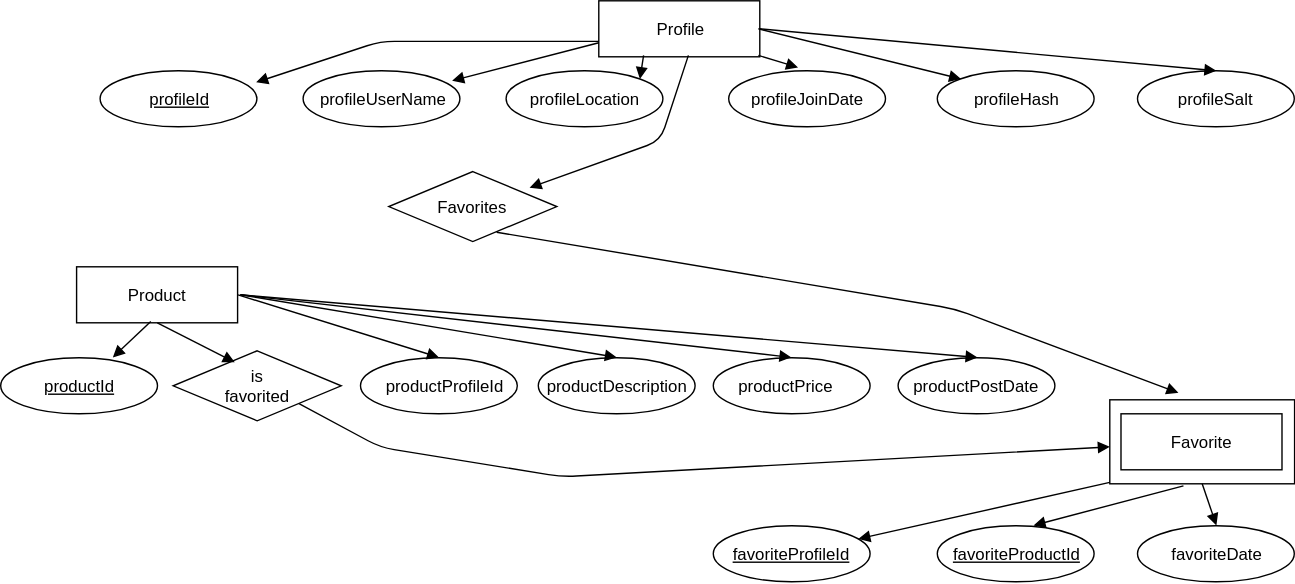
This is epic/img/erd.svg from littleloveprint/data-design, a draw.io export, as it was before one commit. Source tidied: cells renumbered, new cells last; positions are measured from the earlier drawing's top-left corner, leaving out a move shared by most shapes.
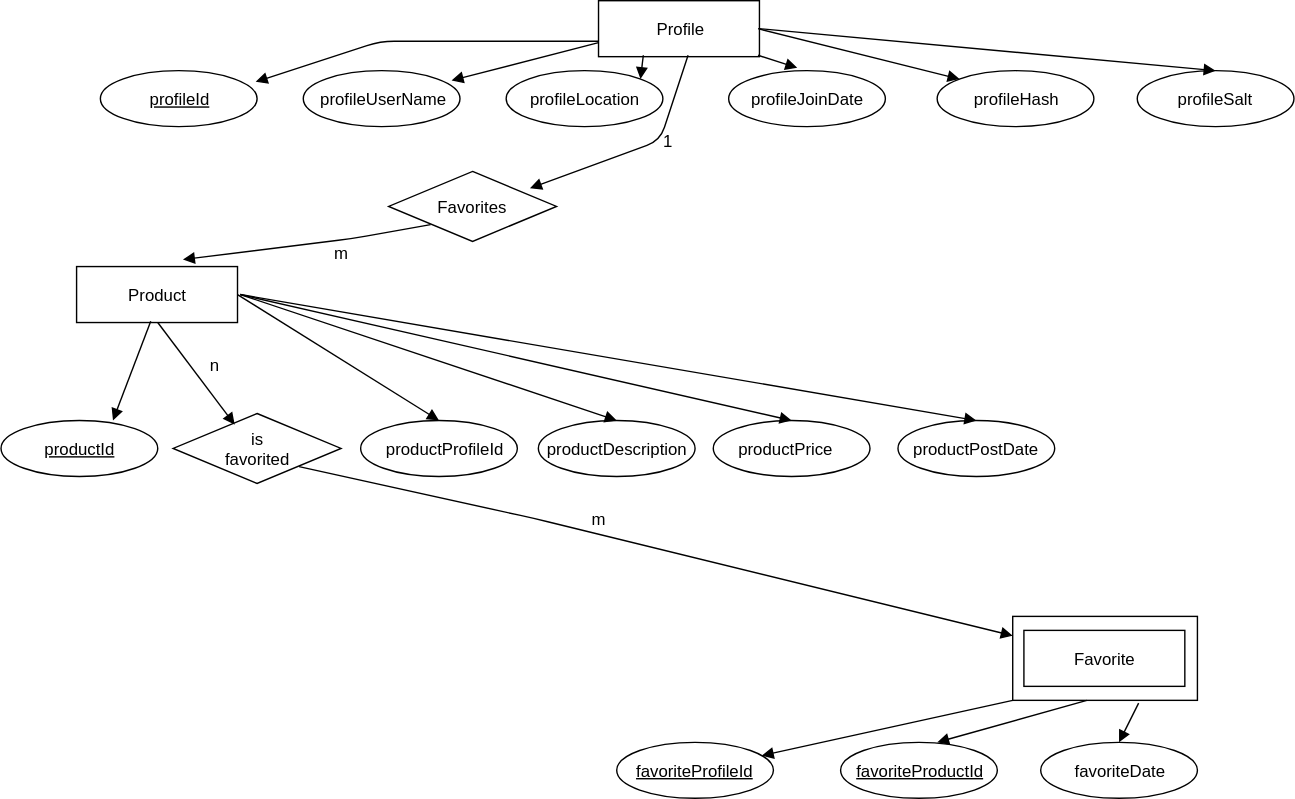
After the commit.

Commit message:
Edited conceptual model relationships.

Diff of the diagram source:
```diff
@@ -3,31 +3,31 @@
     <mxCell id="0" />
     <mxCell id="1" parent="0" />
     <mxCell id="2" style="ellipse;whiteSpace=wrap;html=1;" parent="1" vertex="1">
-      <mxGeometry x="257" y="255" width="112" height="40" as="geometry" />
+      <mxGeometry x="257" y="300" width="112" height="40" as="geometry" />
     </mxCell>
     <mxCell id="3" style="ellipse;whiteSpace=wrap;html=1;" parent="1" vertex="1">
-      <mxGeometry x="384" y="255" width="112" height="40" as="geometry" />
+      <mxGeometry x="384" y="300" width="112" height="40" as="geometry" />
     </mxCell>
     <mxCell id="4" style="ellipse;whiteSpace=wrap;html=1;" parent="1" vertex="1">
-      <mxGeometry x="509" y="255" width="112" height="40" as="geometry" />
+      <mxGeometry x="509" y="300" width="112" height="40" as="geometry" />
     </mxCell>
     <mxCell id="5" style="ellipse;whiteSpace=wrap;html=1;" parent="1" vertex="1">
-      <mxGeometry x="641" y="255" width="112" height="40" as="geometry" />
+      <mxGeometry x="641" y="300" width="112" height="40" as="geometry" />
     </mxCell>
     <mxCell id="6" style="ellipse;whiteSpace=wrap;html=1;" parent="1" vertex="1">
-      <mxGeometry y="255" width="112" height="40" as="geometry" />
+      <mxGeometry y="300" width="112" height="40" as="geometry" />
     </mxCell>
     <mxCell id="7" style="rhombus;whiteSpace=wrap;html=1;" parent="1" vertex="1">
-      <mxGeometry x="123" y="250" width="120" height="50" as="geometry" />
+      <mxGeometry x="123" y="295" width="120" height="50" as="geometry" />
     </mxCell>
     <mxCell id="8" style="ellipse;whiteSpace=wrap;html=1;" parent="1" vertex="1">
-      <mxGeometry x="509" y="375" width="112" height="40" as="geometry" />
+      <mxGeometry x="440" y="530" width="112" height="40" as="geometry" />
     </mxCell>
     <mxCell id="9" style="ellipse;whiteSpace=wrap;html=1;" parent="1" vertex="1">
-      <mxGeometry x="669" y="375" width="112" height="40" as="geometry" />
+      <mxGeometry x="600" y="530" width="112" height="40" as="geometry" />
     </mxCell>
     <mxCell id="10" style="ellipse;whiteSpace=wrap;html=1;" parent="1" vertex="1">
-      <mxGeometry x="812" y="375" width="112" height="40" as="geometry" />
+      <mxGeometry x="743" y="530" width="112" height="40" as="geometry" />
     </mxCell>
     <mxCell id="11" style="whiteSpace=wrap;html=1;" parent="1" vertex="1">
       <mxGeometry x="427" width="115" height="40" as="geometry" />
@@ -36,10 +36,10 @@
       <mxGeometry x="54" y="190" width="115" height="40" as="geometry" />
     </mxCell>
     <mxCell id="13" style="whiteSpace=wrap;html=1;" parent="1" vertex="1">
-      <mxGeometry x="792" y="285" width="132" height="60" as="geometry" />
+      <mxGeometry x="723" y="440" width="132" height="60" as="geometry" />
     </mxCell>
     <mxCell id="14" style="whiteSpace=wrap;html=1;" parent="1" vertex="1">
-      <mxGeometry x="800" y="295" width="115" height="40" as="geometry" />
+      <mxGeometry x="731" y="450" width="115" height="40" as="geometry" />
     </mxCell>
     <mxCell id="15" style="ellipse;whiteSpace=wrap;html=1;" parent="1" vertex="1">
       <mxGeometry x="71" y="50" width="112" height="40" as="geometry" />
@@ -70,11 +70,10 @@
         </Array>
       </mxGeometry>
     </mxCell>
-    <mxCell id="23" style="endArrow=block;endFill=1;endSize=6;html=1;exitX=0.642;exitY=0.866;exitPerimeter=0;" parent="1" edge="1" source="21">
+    <mxCell id="23" style="endArrow=block;endFill=1;endSize=6;html=1;exitX=0;exitY=1;entryX=0.661;entryY=-0.125;entryPerimeter=0;" parent="1" edge="1" source="21" target="12">
       <mxGeometry relative="1" as="geometry">
-        <mxPoint x="841" y="280" as="targetPoint" />
         <Array as="points">
-          <mxPoint x="681" y="220" />
+          <mxPoint x="251" y="170" />
         </Array>
       </mxGeometry>
     </mxCell>
@@ -140,23 +139,20 @@
     <mxCell id="36" style="endArrow=block;endFill=1;endSize=6;html=1;exitX=1;exitY=1;" parent="1" edge="1" source="7" target="13">
       <mxGeometry relative="1" as="geometry">
         <Array as="points">
-          <mxPoint x="271" y="319" />
-          <mxPoint x="401" y="340" />
+          <mxPoint x="381" y="370" />
         </Array>
       </mxGeometry>
     </mxCell>
-    <mxCell id="37" style="endArrow=block;endFill=1;endSize=6;html=1;" parent="1" edge="1" target="8">
-      <mxGeometry relative="1" as="geometry">
-        <mxPoint x="792" y="344" as="sourcePoint" />
-      </mxGeometry>
+    <mxCell id="37" style="endArrow=block;endFill=1;endSize=6;html=1;exitX=0;exitY=1;exitPerimeter=0;" parent="1" edge="1" source="13" target="8">
+      <mxGeometry relative="1" as="geometry" />
     </mxCell>
-    <mxCell id="38" style="endArrow=block;endFill=1;endSize=6;html=1;exitX=0.399;exitY=1.025;exitPerimeter=0;entryX=0.612;entryY=-0.007;entryPerimeter=0;" parent="1" edge="1" source="13" target="9">
-      <mxGeometry relative="1" as="geometry" />
+    <mxCell id="38" style="endArrow=block;endFill=1;endSize=6;html=1;entryX=0.612;entryY=-0.007;entryPerimeter=0;" parent="1" edge="1" target="9">
+      <mxGeometry relative="1" as="geometry">
+        <mxPoint x="776" y="500" as="sourcePoint" />
+      </mxGeometry>
     </mxCell>
-    <mxCell id="39" style="endArrow=block;endFill=1;endSize=6;html=1;entryX=0.5;entryY=0;" parent="1" edge="1" target="10">
-      <mxGeometry relative="1" as="geometry">
-        <mxPoint x="858" y="345" as="sourcePoint" />
-      </mxGeometry>
+    <mxCell id="39" style="endArrow=block;endFill=1;endSize=6;html=1;entryX=0.5;entryY=0;exitX=0.682;exitY=1.033;exitPerimeter=0;" parent="1" edge="1" source="13" target="10">
+      <mxGeometry relative="1" as="geometry" />
     </mxCell>
     <mxCell id="40" value="Profile" style="text;html=1;strokeColor=none;fillColor=none;align=center;verticalAlign=middle;whiteSpace=wrap;" parent="1" vertex="1">
       <mxGeometry x="465" y="10" width="40" height="20" as="geometry" />
@@ -171,7 +167,7 @@
       <mxGeometry x="556" y="60" width="40" height="20" as="geometry" />
     </mxCell>
     <mxCell id="44" value="Favorite" style="text;html=1;strokeColor=none;fillColor=none;align=center;verticalAlign=middle;whiteSpace=wrap;" parent="1" vertex="1">
-      <mxGeometry x="838" y="305" width="40" height="20" as="geometry" />
+      <mxGeometry x="769" y="460" width="40" height="20" as="geometry" />
     </mxCell>
     <mxCell id="45" value="Product" style="text;html=1;strokeColor=none;fillColor=none;align=center;verticalAlign=middle;whiteSpace=wrap;" parent="1" vertex="1">
       <mxGeometry x="92" y="200" width="40" height="20" as="geometry" />
@@ -189,31 +185,43 @@
       <mxGeometry x="317" y="137" width="40" height="20" as="geometry" />
     </mxCell>
     <mxCell id="50" value="&lt;u&gt;productId&lt;/u&gt;" style="text;html=1;strokeColor=none;fillColor=none;align=center;verticalAlign=middle;whiteSpace=wrap;" parent="1" vertex="1">
-      <mxGeometry x="36" y="265" width="40" height="20" as="geometry" />
+      <mxGeometry x="36" y="310" width="40" height="20" as="geometry" />
     </mxCell>
     <mxCell id="51" value="is favorited" style="text;html=1;strokeColor=none;fillColor=none;align=center;verticalAlign=middle;whiteSpace=wrap;" parent="1" vertex="1">
-      <mxGeometry x="163" y="265" width="40" height="20" as="geometry" />
+      <mxGeometry x="163" y="310" width="40" height="20" as="geometry" />
     </mxCell>
     <mxCell id="52" value="productProfileId" style="text;html=1;strokeColor=none;fillColor=none;align=center;verticalAlign=middle;whiteSpace=wrap;" parent="1" vertex="1">
-      <mxGeometry x="297" y="265" width="40" height="20" as="geometry" />
+      <mxGeometry x="297" y="310" width="40" height="20" as="geometry" />
     </mxCell>
     <mxCell id="53" value="productDescription" style="text;html=1;strokeColor=none;fillColor=none;align=center;verticalAlign=middle;whiteSpace=wrap;" parent="1" vertex="1">
-      <mxGeometry x="420" y="265" width="40" height="20" as="geometry" />
+      <mxGeometry x="420" y="310" width="40" height="20" as="geometry" />
     </mxCell>
     <mxCell id="54" value="productPostDate" style="text;html=1;strokeColor=none;fillColor=none;align=center;verticalAlign=middle;whiteSpace=wrap;" parent="1" vertex="1">
-      <mxGeometry x="677" y="265" width="40" height="20" as="geometry" />
+      <mxGeometry x="677" y="310" width="40" height="20" as="geometry" />
     </mxCell>
     <mxCell id="55" value="productPrice" style="text;html=1;strokeColor=none;fillColor=none;align=center;verticalAlign=middle;whiteSpace=wrap;" parent="1" vertex="1">
-      <mxGeometry x="541" y="265" width="40" height="20" as="geometry" />
+      <mxGeometry x="541" y="310" width="40" height="20" as="geometry" />
     </mxCell>
     <mxCell id="56" value="&lt;u&gt;favoriteProfileId&lt;/u&gt;" style="text;html=1;strokeColor=none;fillColor=none;align=center;verticalAlign=middle;whiteSpace=wrap;" parent="1" vertex="1">
-      <mxGeometry x="545" y="385" width="40" height="20" as="geometry" />
+      <mxGeometry x="476" y="540" width="40" height="20" as="geometry" />
     </mxCell>
     <mxCell id="57" value="&lt;u&gt;favoriteProductId&lt;/u&gt;" style="text;html=1;strokeColor=none;fillColor=none;align=center;verticalAlign=middle;whiteSpace=wrap;" parent="1" vertex="1">
-      <mxGeometry x="705" y="385" width="40" height="20" as="geometry" />
+      <mxGeometry x="636" y="540" width="40" height="20" as="geometry" />
     </mxCell>
     <mxCell id="58" value="favoriteDate" style="text;html=1;strokeColor=none;fillColor=none;align=center;verticalAlign=middle;whiteSpace=wrap;" parent="1" vertex="1">
-      <mxGeometry x="848" y="385" width="40" height="20" as="geometry" />
+      <mxGeometry x="779" y="540" width="40" height="20" as="geometry" />
     </mxCell>
+    <mxCell id="59" value="1" style="text;html=1;strokeColor=none;fillColor=none;align=center;verticalAlign=middle;whiteSpace=wrap;" parent="1" vertex="1">
+      <mxGeometry x="456" y="90" width="40" height="20" as="geometry" />
+    </mxCell>
+    <mxCell id="60" value="m" style="text;html=1;strokeColor=none;fillColor=none;align=center;verticalAlign=middle;whiteSpace=wrap;" parent="1" vertex="1">
+      <mxGeometry x="223" y="170" width="40" height="20" as="geometry" />
+    </mxCell>
+    <mxCell id="61" value="n" style="text;html=1;strokeColor=none;fillColor=none;align=center;verticalAlign=middle;whiteSpace=wrap;" parent="1" vertex="1">
+      <mxGeometry x="132" y="250" width="40" height="20" as="geometry" />
+    </mxCell>
+    <mxCell id="62" value="m" style="text;html=1;strokeColor=none;fillColor=none;align=center;verticalAlign=middle;whiteSpace=wrap;" parent="1" vertex="1">
+      <mxGeometry x="407" y="360" width="40" height="20" as="geometry" />
+    </mxCell>
   </root>
 </mxGraphModel>
```
